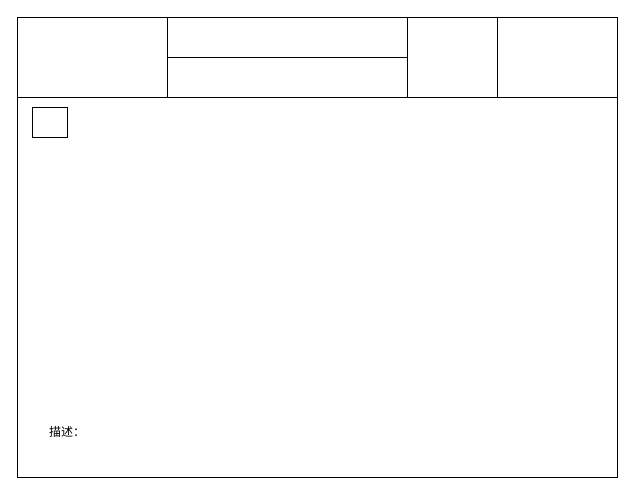
Earlier version of the draw.io diagram page "状态模式" (20 of 23) of 设计模式/设计模式.drawio (damaoguo/Architect). Source tidied: cells renumbered, new cells numbered last; positions are measured from the earlier drawing's top-left corner, leaving out a move shared by most shapes. Both pictures are drawn from the tidied source at 100%, with x=0, y=0 at pixel (17, 17).
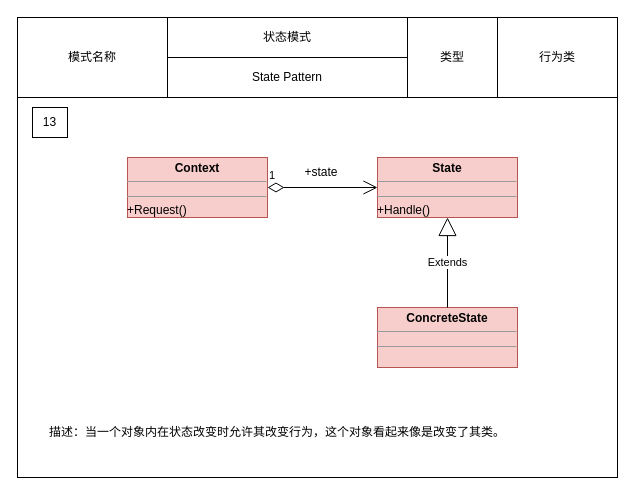
Above is the later version.

What changed in the source:
```diff
@@
 <mxGraphModel>
   <root>
     <mxCell id="0" />
     <mxCell id="1" parent="0" />
     <mxCell id="2" style="group;" parent="1" vertex="1">
       <mxGeometry width="600" height="460" as="geometry" />
     </mxCell>
     <mxCell id="3" style="rounded=0;whiteSpace=wrap;html=1;" parent="2" vertex="1">
       <mxGeometry width="600" height="460" as="geometry" />
     </mxCell>
     <mxCell id="4" style="rounded=0;whiteSpace=wrap;html=1;" parent="2" vertex="1">
       <mxGeometry y="80" width="600" height="380" as="geometry" />
     </mxCell>
-    <mxCell id="5" style="rounded=0;whiteSpace=wrap;html=1;" parent="2" vertex="1">
+    <mxCell id="5" value="模式名称" style="rounded=0;whiteSpace=wrap;html=1;" parent="2" vertex="1">
       <mxGeometry width="150" height="80" as="geometry" />
     </mxCell>
-    <mxCell id="6" style="rounded=0;whiteSpace=wrap;html=1;" parent="2" vertex="1">
+    <mxCell id="6" value="状态模式" style="rounded=0;whiteSpace=wrap;html=1;" parent="2" vertex="1">
       <mxGeometry x="150" width="240" height="40" as="geometry" />
     </mxCell>
-    <mxCell id="7" style="rounded=0;whiteSpace=wrap;html=1;" parent="2" vertex="1">
+    <mxCell id="7" value="State Pattern" style="rounded=0;whiteSpace=wrap;html=1;" parent="2" vertex="1">
       <mxGeometry x="150" y="40" width="240" height="40" as="geometry" />
     </mxCell>
-    <mxCell id="8" style="rounded=0;whiteSpace=wrap;html=1;" parent="2" vertex="1">
+    <mxCell id="8" value="类型" style="rounded=0;whiteSpace=wrap;html=1;" parent="2" vertex="1">
       <mxGeometry x="390" width="90" height="80" as="geometry" />
     </mxCell>
-    <mxCell id="9" style="rounded=0;whiteSpace=wrap;html=1;" parent="2" vertex="1">
+    <mxCell id="9" value="13" style="rounded=0;whiteSpace=wrap;html=1;" parent="2" vertex="1">
       <mxGeometry x="15" y="90" width="35" height="30" as="geometry" />
     </mxCell>
-    <mxCell id="10" value="描述：" style="text;html=1;strokeColor=none;fillColor=none;align=left;verticalAlign=middle;whiteSpace=wrap;rounded=0;" parent="2" vertex="1">
+    <mxCell id="10" value="描述：当一个对象内在状态改变时允许其改变行为，这个对象看起来像是改变了其类。" style="text;html=1;strokeColor=none;fillColor=none;align=left;verticalAlign=middle;whiteSpace=wrap;rounded=0;" parent="2" vertex="1">
       <mxGeometry x="30" y="400" width="540" height="30" as="geometry" />
     </mxCell>
+    <mxCell id="11" value="行为类" style="rounded=0;whiteSpace=wrap;html=1;" parent="2" vertex="1">
+      <mxGeometry x="480" width="120" height="80" as="geometry" />
+    </mxCell>
+    <mxCell id="12" value="&lt;p style=&quot;margin: 0px ; margin-top: 4px ; text-align: center&quot;&gt;&lt;b&gt;Context&lt;/b&gt;&lt;/p&gt;&lt;hr size=&quot;1&quot;&gt;&lt;div style=&quot;height: 2px&quot;&gt;&lt;/div&gt;&lt;hr size=&quot;1&quot;&gt;&lt;div style=&quot;height: 2px&quot;&gt;+Request()&lt;/div&gt;" style="verticalAlign=top;align=left;overflow=fill;fontSize=12;fontFamily=Helvetica;html=1;fillColor=#f8cecc;strokeColor=#b85450;" parent="2" vertex="1">
+      <mxGeometry x="110" y="140" width="140" height="60" as="geometry" />
+    </mxCell>
+    <mxCell id="13" value="&lt;p style=&quot;margin: 0px ; margin-top: 4px ; text-align: center&quot;&gt;&lt;b&gt;State&lt;/b&gt;&lt;/p&gt;&lt;hr size=&quot;1&quot;&gt;&lt;div style=&quot;height: 2px&quot;&gt;&lt;/div&gt;&lt;hr size=&quot;1&quot;&gt;&lt;div style=&quot;height: 2px&quot;&gt;+Handle()&lt;/div&gt;" style="verticalAlign=top;align=left;overflow=fill;fontSize=12;fontFamily=Helvetica;html=1;fillColor=#f8cecc;strokeColor=#b85450;" parent="2" vertex="1">
+      <mxGeometry x="360" y="140" width="140" height="60" as="geometry" />
+    </mxCell>
+    <mxCell id="14" value="&lt;p style=&quot;margin: 0px ; margin-top: 4px ; text-align: center&quot;&gt;&lt;b&gt;ConcreteState&lt;/b&gt;&lt;/p&gt;&lt;hr size=&quot;1&quot;&gt;&lt;div style=&quot;height: 2px&quot;&gt;&lt;/div&gt;&lt;hr size=&quot;1&quot;&gt;&lt;div style=&quot;height: 2px&quot;&gt;&lt;/div&gt;" style="verticalAlign=top;align=left;overflow=fill;fontSize=12;fontFamily=Helvetica;html=1;fillColor=#f8cecc;strokeColor=#b85450;" parent="2" vertex="1">
+      <mxGeometry x="360" y="290" width="140" height="60" as="geometry" />
+    </mxCell>
+    <mxCell id="15" value="1" style="endArrow=open;html=1;endSize=12;startArrow=diamondThin;startSize=14;startFill=0;edgeStyle=orthogonalEdgeStyle;align=left;verticalAlign=bottom;rounded=0;exitX=1;exitY=0.5;exitDx=0;exitDy=0;" parent="2" edge="1" source="12" target="13">
+      <mxGeometry x="-1" y="3" relative="1" as="geometry" />
+    </mxCell>
+    <mxCell id="16" value="Extends" style="endArrow=block;endSize=16;endFill=0;html=1;rounded=0;edgeStyle=orthogonalEdgeStyle;entryX=0.5;entryY=1;entryDx=0;entryDy=0;" parent="2" edge="1" source="14" target="13">
+      <mxGeometry relative="1" as="geometry" />
+    </mxCell>
+    <mxCell id="17" value="+state" style="text;html=1;strokeColor=none;fillColor=none;align=center;verticalAlign=middle;whiteSpace=wrap;rounded=0;" parent="2" vertex="1">
+      <mxGeometry x="274" y="140" width="60" height="30" as="geometry" />
+    </mxCell>
   </root>
 </mxGraphModel>
```
